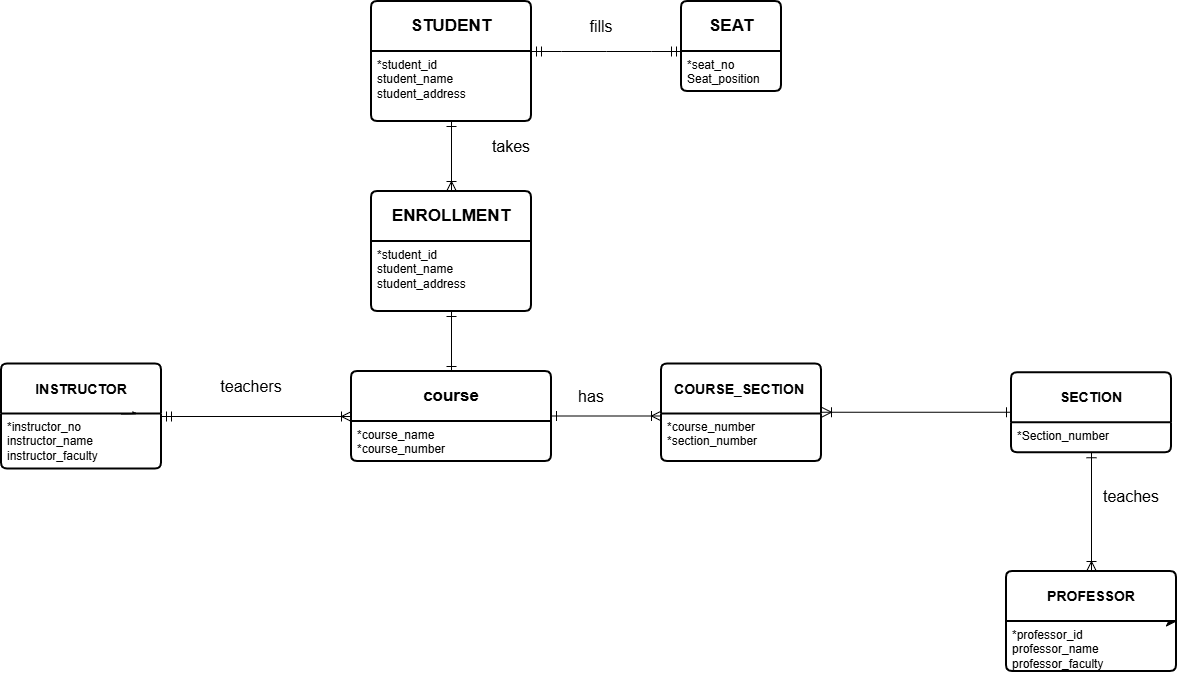
The draw.io diagram Conceptual_Modeling.drawio.png in LuisCP759/luc_comp251_lab2, before a commit. Source tidied: cells renumbered, new cells last; positions are measured from the earlier drawing's top-left corner, leaving out a move shared by most shapes.
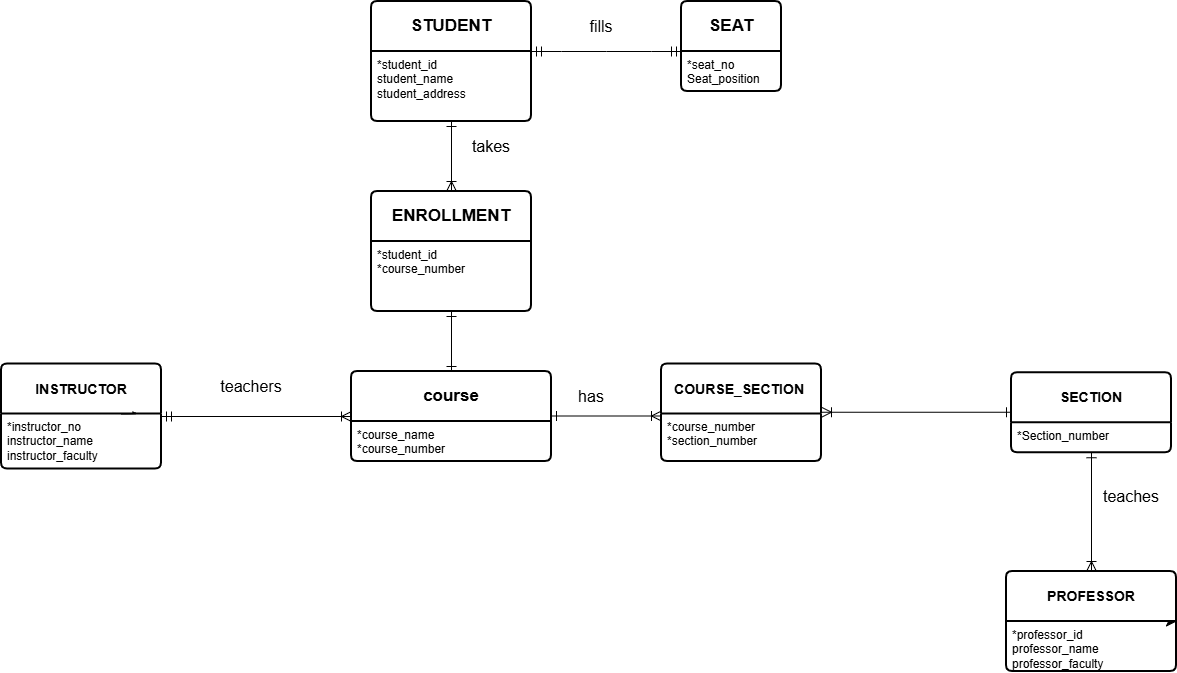
Above is the later version.

Change to the diagram source:
```diff
@@ -62,7 +62,7 @@
       <mxGeometry x="1100" y="480" width="60" height="30" as="geometry" />
     </mxCell>
     <mxCell id="19" value="takes" style="text;html=1;whiteSpace=wrap;strokeColor=none;fillColor=none;align=center;verticalAlign=middle;rounded=0;fontSize=16;" parent="1" vertex="1">
-      <mxGeometry x="480" y="130" width="60" height="30" as="geometry" />
+      <mxGeometry x="460" y="130" width="60" height="30" as="geometry" />
     </mxCell>
     <mxCell id="20" value="has" style="text;html=1;whiteSpace=wrap;strokeColor=none;fillColor=none;align=center;verticalAlign=middle;rounded=0;fontSize=16;" parent="1" vertex="1">
       <mxGeometry x="560" y="380" width="60" height="30" as="geometry" />
@@ -76,7 +76,7 @@
     <mxCell id="23" value="&lt;b&gt;&lt;font style=&quot;font-size: 17px;&quot;&gt;ENROLLMENT&lt;/font&gt;&lt;/b&gt;" style="swimlane;horizontal=1;startSize=50;rounded=1;fontSize=14;fontStyle=0;strokeWidth=2;shadow=0;dashed=0;align=center;arcSize=4;whiteSpace=wrap;html=1;" parent="1" vertex="1">
       <mxGeometry x="370" y="190" width="160" height="120" as="geometry" />
     </mxCell>
-    <mxCell id="24" value="*student_id&amp;nbsp;&lt;div&gt;student_name&lt;/div&gt;&lt;div&gt;student_address&amp;nbsp;&lt;/div&gt;&lt;div&gt;&lt;br&gt;&lt;/div&gt;" style="align=left;strokeColor=none;fillColor=none;spacingLeft=4;spacingRight=4;fontSize=12;verticalAlign=top;html=1;whiteSpace=wrap;" parent="23" vertex="1">
+    <mxCell id="24" value="*student_id&amp;nbsp;&lt;div&gt;*course_number&lt;/div&gt;" style="align=left;strokeColor=none;fillColor=none;spacingLeft=4;spacingRight=4;fontSize=12;verticalAlign=top;html=1;whiteSpace=wrap;" parent="23" vertex="1">
       <mxGeometry y="50" width="160" height="70" as="geometry" />
     </mxCell>
     <mxCell id="25" value="teachers" style="text;html=1;whiteSpace=wrap;strokeColor=none;fillColor=none;align=center;verticalAlign=middle;rounded=0;fontSize=16;" parent="1" vertex="1">
```
